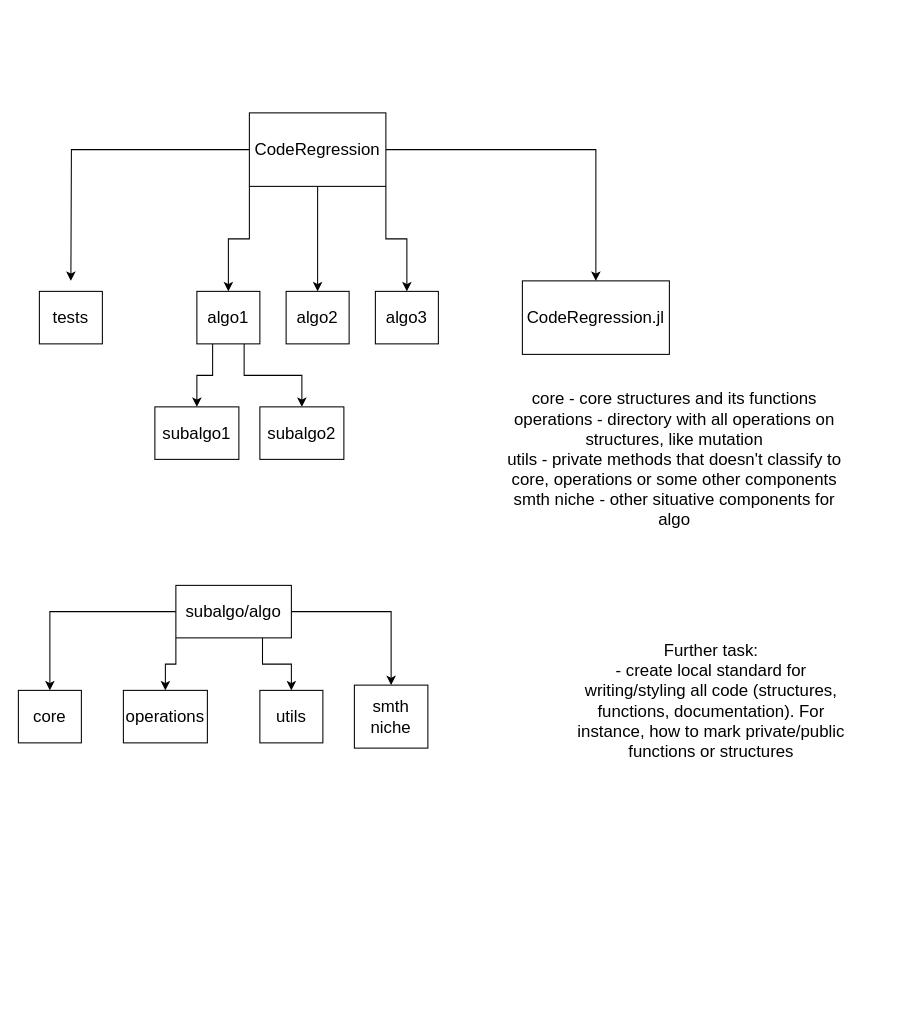
gojakuch/CodeRegression.jl keeps this draw.io diagram as coderegression.drawio. Above is the earlier version. Source tidied: cells renumbered, new cells numbered last; positions are measured from the earlier drawing's top-left corner, leaving out a move shared by most shapes. Both pictures are drawn from the tidied source at 105%, with x=0, y=0 at pixel (18, 112).
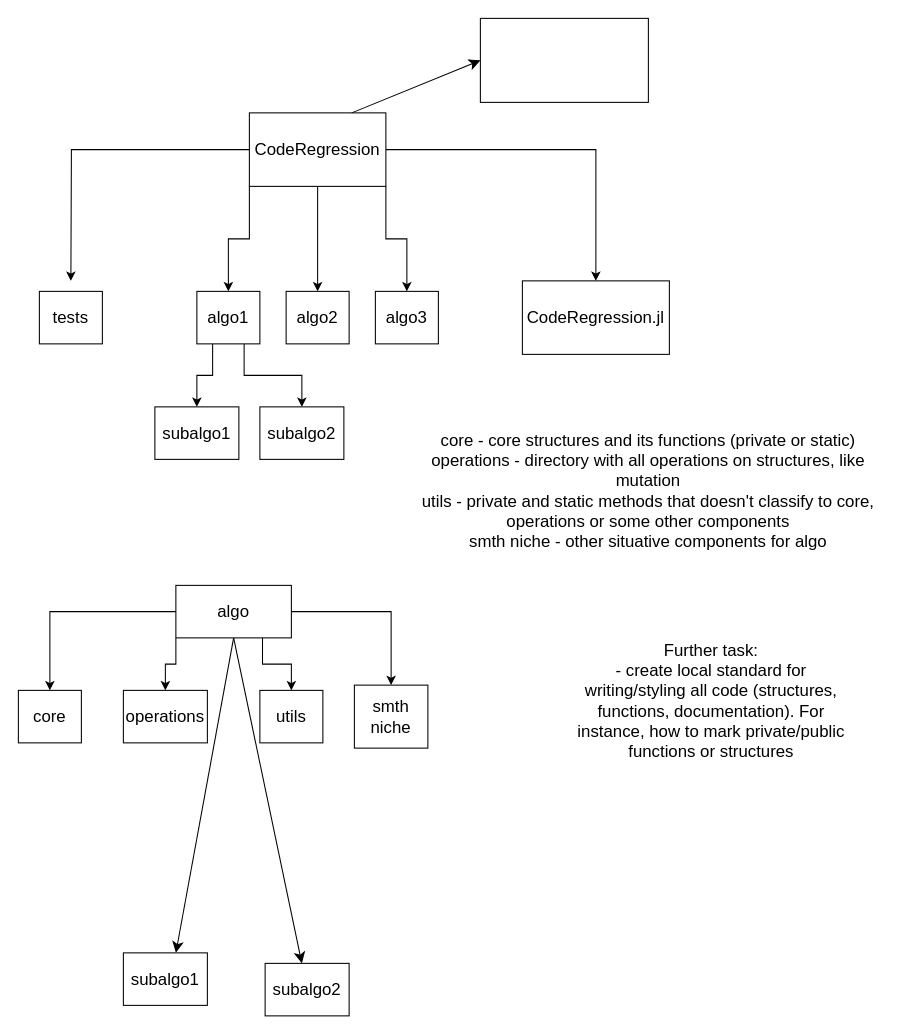
The same diagram, later.

Commit message (it also covers changes not shown here):
New concept of schema, but with architecture question about universal struct for methods

The change refers to these unchanged cells:
```xml
<mxCell id="7" value="CodeRegression" style="rounded=0;whiteSpace=wrap;html=1;fontSize=16;" parent="1" vertex="1">
  <mxGeometry x="220" width="130" height="70" as="geometry" />
</mxCell>
```

What changed in the source:
```diff
@@
+    <mxCell id="29" style="edgeStyle=none;curved=1;rounded=0;jettySize=auto;html=1;exitX=0.75;exitY=0;exitDx=0;exitDy=0;fontSize=12;startSize=8;endSize=8;" parent="1" edge="1" source="7">
+      <mxGeometry relative="1" as="geometry">
+        <mxPoint x="440" y="-50" as="targetPoint" />
+      </mxGeometry>
+    </mxCell>
@@
+    <mxCell id="30" style="edgeStyle=none;curved=1;rounded=0;jettySize=auto;html=1;exitX=0.5;exitY=1;exitDx=0;exitDy=0;fontSize=12;startSize=8;endSize=8;" parent="1" edge="1" source="19">
+      <mxGeometry relative="1" as="geometry">
+        <mxPoint x="150" y="800" as="targetPoint" />
+      </mxGeometry>
+    </mxCell>
+    <mxCell id="31" style="edgeStyle=none;curved=1;rounded=0;jettySize=auto;html=1;exitX=0.5;exitY=1;exitDx=0;exitDy=0;fontSize=12;startSize=8;endSize=8;" parent="1" edge="1" source="19">
+      <mxGeometry relative="1" as="geometry">
+        <mxPoint x="270" y="810" as="targetPoint" />
+      </mxGeometry>
+    </mxCell>
-    <mxCell id="19" value="subalgo/algo" style="rounded=0;whiteSpace=wrap;html=1;fontSize=16;" parent="1" vertex="1">
+    <mxCell id="19" value="algo" style="rounded=0;whiteSpace=wrap;html=1;fontSize=16;" parent="1" vertex="1">
       <mxGeometry x="150" y="450" width="110" height="50" as="geometry" />
     </mxCell>
@@
-    <mxCell id="26" value="core - core structures and its functions&lt;div&gt;operations - directory with all operations on structures, like mutation&lt;/div&gt;&lt;div&gt;utils - private methods that doesn't classify to core, operations or some other components&lt;/div&gt;&lt;div&gt;smth niche - other situative components for algo&lt;/div&gt;" style="text;html=1;whiteSpace=wrap;strokeColor=none;fillColor=none;align=center;verticalAlign=middle;rounded=0;fontSize=16;" parent="1" vertex="1">
-      <mxGeometry x="460" y="260" width="330" height="140" as="geometry" />
+    <mxCell id="26" value="core - core structures and its functions (private or static)&lt;div&gt;operations - directory with all operations on structures, like mutation&lt;/div&gt;&lt;div&gt;utils - private and static methods that doesn't classify to core, operations or some other components&lt;/div&gt;&lt;div&gt;smth niche - other situative components for algo&lt;/div&gt;" style="text;html=1;whiteSpace=wrap;strokeColor=none;fillColor=none;align=center;verticalAlign=middle;rounded=0;fontSize=16;" parent="1" vertex="1">
+      <mxGeometry x="380" y="260" width="440" height="200" as="geometry" />
     </mxCell>
@@
+    <mxCell id="32" value="subalgo1" style="rounded=0;whiteSpace=wrap;html=1;fontSize=16;" parent="1" vertex="1">
+      <mxGeometry x="100" y="800" width="80" height="50" as="geometry" />
+    </mxCell>
+    <mxCell id="33" value="subalgo2" style="rounded=0;whiteSpace=wrap;html=1;fontSize=16;" parent="1" vertex="1">
+      <mxGeometry x="235" y="810" width="80" height="50" as="geometry" />
+    </mxCell>
+    <mxCell id="34" style="rounded=0;whiteSpace=wrap;html=1;" parent="1" vertex="1">
+      <mxGeometry x="440" y="-90" width="160" height="80" as="geometry" />
+    </mxCell>
```
